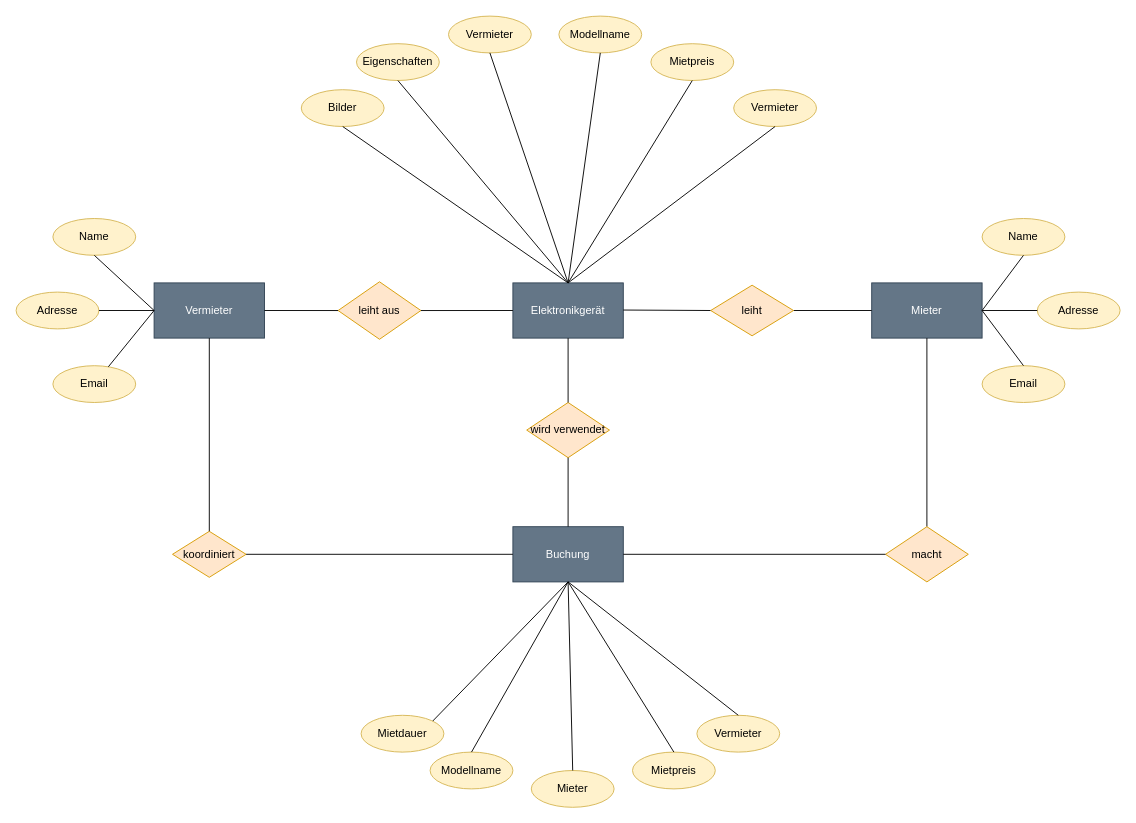
Before: Unbenanntes Diagramm.drawio in einstein-gucci/SE2, a draw.io diagram. Source tidied: cells renumbered, new cells numbered last; positions are measured from the earlier drawing's top-left corner, leaving out a move shared by most shapes. Both pictures are drawn from the tidied source at 92%, with x=0, y=0 at pixel (16, 16).
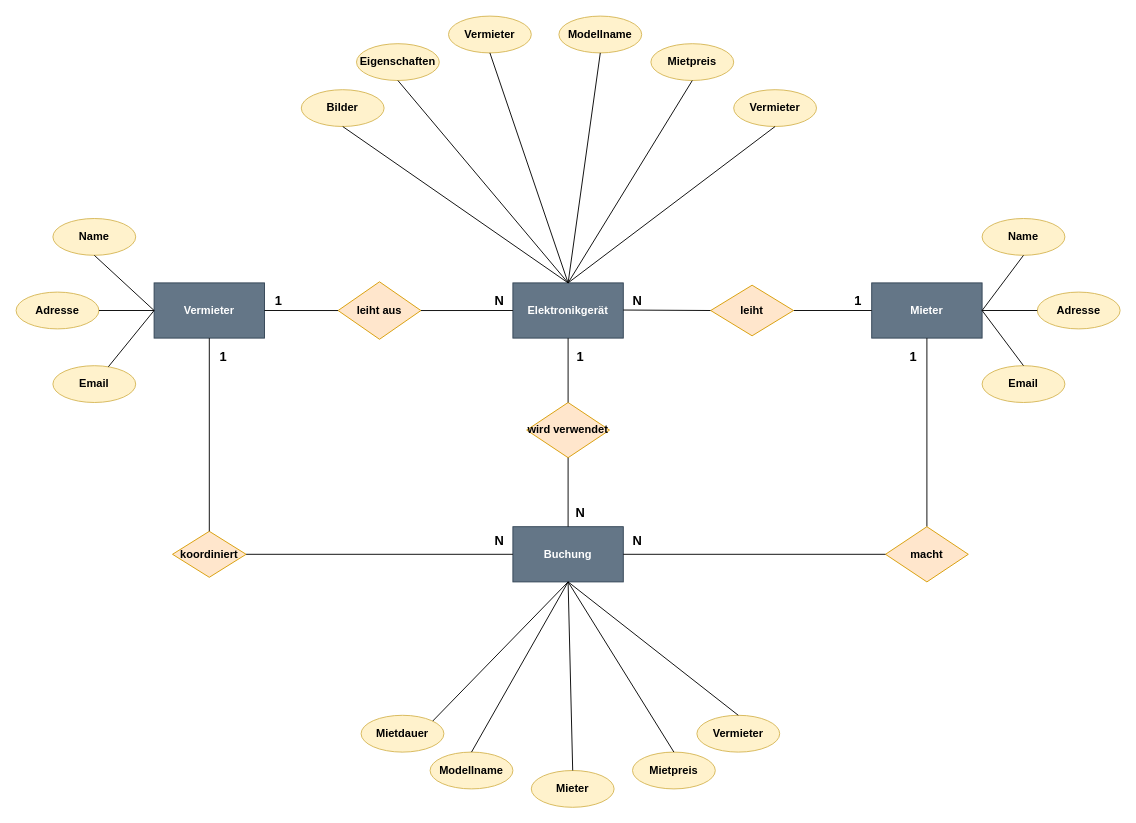
The same page after the edit.

Diff of the diagram source:
```diff
@@
-<mxGraphModel>
+<mxGraphModel background="#ffffff">
@@
-    <mxCell id="2" value="Vermieter" style="rounded=0;whiteSpace=wrap;html=1;fillColor=#647687;strokeColor=#314354;fontColor=#ffffff;" parent="1" vertex="1">
+    <mxCell id="2" value="&lt;b&gt;Vermieter&lt;/b&gt;" style="rounded=0;whiteSpace=wrap;html=1;fillColor=#647687;strokeColor=#314354;fontColor=#ffffff;" parent="1" vertex="1">
       <mxGeometry x="150" y="290" width="120" height="60" as="geometry" />
     </mxCell>
-    <mxCell id="3" value="Mieter" style="rounded=0;whiteSpace=wrap;html=1;fillColor=#647687;fontColor=#ffffff;strokeColor=#314354;" parent="1" vertex="1">
+    <mxCell id="3" value="&lt;b&gt;Mieter&lt;/b&gt;" style="rounded=0;whiteSpace=wrap;html=1;fillColor=#647687;fontColor=#ffffff;strokeColor=#314354;" parent="1" vertex="1">
       <mxGeometry x="930" y="290" width="120" height="60" as="geometry" />
     </mxCell>
-    <mxCell id="4" value="Elektronikgerät" style="rounded=0;whiteSpace=wrap;html=1;fillColor=#647687;fontColor=#ffffff;strokeColor=#314354;" parent="1" vertex="1">
+    <mxCell id="4" value="&lt;b&gt;Elektronikgerät&lt;/b&gt;" style="rounded=0;whiteSpace=wrap;html=1;fillColor=#647687;fontColor=#ffffff;strokeColor=#314354;" parent="1" vertex="1">
       <mxGeometry x="540" y="290" width="120" height="60" as="geometry" />
     </mxCell>
@@
-    <mxCell id="8" value="leiht aus" style="rhombus;whiteSpace=wrap;html=1;fillColor=#ffe6cc;strokeColor=#d79b00;" parent="1" vertex="1">
+    <mxCell id="8" value="&lt;b&gt;leiht aus&lt;/b&gt;" style="rhombus;whiteSpace=wrap;html=1;fillColor=#ffe6cc;strokeColor=#d79b00;" parent="1" vertex="1">
       <mxGeometry x="350" y="288.8" width="90" height="62.5" as="geometry" />
     </mxCell>
@@
-    <mxCell id="10" value="leiht" style="rhombus;whiteSpace=wrap;html=1;fillColor=#ffe6cc;strokeColor=#d79b00;" parent="1" vertex="1">
+    <mxCell id="10" value="&lt;b&gt;leiht&lt;/b&gt;" style="rhombus;whiteSpace=wrap;html=1;fillColor=#ffe6cc;strokeColor=#d79b00;" parent="1" vertex="1">
       <mxGeometry x="755" y="292.5" width="90" height="55" as="geometry" />
     </mxCell>
-    <mxCell id="11" value="Adresse" style="ellipse;whiteSpace=wrap;html=1;fillColor=#fff2cc;strokeColor=#d6b656;" parent="1" vertex="1">
+    <mxCell id="11" value="&lt;b&gt;Adresse&lt;/b&gt;" style="ellipse;whiteSpace=wrap;html=1;fillColor=#fff2cc;strokeColor=#d6b656;" parent="1" vertex="1">
       <mxGeometry y="300" width="90" height="40" as="geometry" />
     </mxCell>
-    <mxCell id="12" value="Name" style="ellipse;whiteSpace=wrap;html=1;fillColor=#fff2cc;strokeColor=#d6b656;" parent="1" vertex="1">
+    <mxCell id="12" value="&lt;b&gt;Name&lt;/b&gt;" style="ellipse;whiteSpace=wrap;html=1;fillColor=#fff2cc;strokeColor=#d6b656;" parent="1" vertex="1">
       <mxGeometry x="40" y="220" width="90" height="40" as="geometry" />
     </mxCell>
-    <mxCell id="13" value="Email" style="ellipse;whiteSpace=wrap;html=1;fillColor=#fff2cc;strokeColor=#d6b656;" parent="1" vertex="1">
+    <mxCell id="13" value="&lt;b&gt;Email&lt;/b&gt;" style="ellipse;whiteSpace=wrap;html=1;fillColor=#fff2cc;strokeColor=#d6b656;" parent="1" vertex="1">
       <mxGeometry x="40" y="380" width="90" height="40" as="geometry" />
     </mxCell>
@@
-    <mxCell id="17" value="Mietpreis" style="ellipse;whiteSpace=wrap;html=1;fillColor=#fff2cc;strokeColor=#d6b656;" parent="1" vertex="1">
+    <mxCell id="17" value="&lt;b&gt;Mietpreis&lt;/b&gt;" style="ellipse;whiteSpace=wrap;html=1;fillColor=#fff2cc;strokeColor=#d6b656;" parent="1" vertex="1">
       <mxGeometry x="690" y="30" width="90" height="40" as="geometry" />
     </mxCell>
@@
-    <mxCell id="20" value="Mietdauer" style="ellipse;whiteSpace=wrap;html=1;fillColor=#fff2cc;strokeColor=#d6b656;" parent="1" vertex="1">
+    <mxCell id="20" value="&lt;b&gt;Mietdauer&lt;/b&gt;" style="ellipse;whiteSpace=wrap;html=1;fillColor=#fff2cc;strokeColor=#d6b656;" parent="1" vertex="1">
       <mxGeometry x="375" y="760" width="90" height="40" as="geometry" />
     </mxCell>
-    <mxCell id="21" value="Modellname" style="ellipse;whiteSpace=wrap;html=1;fillColor=#fff2cc;strokeColor=#d6b656;" parent="1" vertex="1">
+    <mxCell id="21" value="&lt;b&gt;Modellname&lt;/b&gt;" style="ellipse;whiteSpace=wrap;html=1;fillColor=#fff2cc;strokeColor=#d6b656;" parent="1" vertex="1">
       <mxGeometry x="590" width="90" height="40" as="geometry" />
     </mxCell>
-    <mxCell id="22" value="Vermieter" style="ellipse;whiteSpace=wrap;html=1;fillColor=#fff2cc;strokeColor=#d6b656;" parent="1" vertex="1">
+    <mxCell id="22" value="&lt;b&gt;Vermieter&lt;/b&gt;" style="ellipse;whiteSpace=wrap;html=1;fillColor=#fff2cc;strokeColor=#d6b656;" parent="1" vertex="1">
       <mxGeometry x="470" width="90" height="40" as="geometry" />
     </mxCell>
-    <mxCell id="23" value="Vermieter" style="ellipse;whiteSpace=wrap;html=1;fillColor=#fff2cc;strokeColor=#d6b656;" parent="1" vertex="1">
+    <mxCell id="23" value="&lt;b&gt;Vermieter&lt;/b&gt;" style="ellipse;whiteSpace=wrap;html=1;fillColor=#fff2cc;strokeColor=#d6b656;" parent="1" vertex="1">
       <mxGeometry x="780" y="80" width="90" height="40" as="geometry" />
     </mxCell>
@@
-    <mxCell id="27" value="Eigenschaften" style="ellipse;whiteSpace=wrap;html=1;fillColor=#fff2cc;strokeColor=#d6b656;" parent="1" vertex="1">
+    <mxCell id="27" value="&lt;b&gt;Eigenschaften&lt;/b&gt;" style="ellipse;whiteSpace=wrap;html=1;fillColor=#fff2cc;strokeColor=#d6b656;" parent="1" vertex="1">
       <mxGeometry x="370" y="30" width="90" height="40" as="geometry" />
     </mxCell>
@@
-    <mxCell id="29" value="Buchung" style="rounded=0;whiteSpace=wrap;html=1;fillColor=#647687;strokeColor=#314354;fontColor=#ffffff;" parent="1" vertex="1">
+    <mxCell id="29" value="&lt;b&gt;Buchung&lt;/b&gt;" style="rounded=0;whiteSpace=wrap;html=1;fillColor=#647687;strokeColor=#314354;fontColor=#ffffff;" parent="1" vertex="1">
       <mxGeometry x="540" y="555" width="120" height="60" as="geometry" />
     </mxCell>
-    <mxCell id="30" value="koordiniert" style="rhombus;whiteSpace=wrap;html=1;fillColor=#ffe6cc;strokeColor=#d79b00;" parent="1" vertex="1">
+    <mxCell id="30" value="&lt;b&gt;koordiniert&lt;/b&gt;" style="rhombus;whiteSpace=wrap;html=1;fillColor=#ffe6cc;strokeColor=#d79b00;" parent="1" vertex="1">
       <mxGeometry x="170" y="560" width="80" height="50" as="geometry" />
     </mxCell>
-    <mxCell id="31" value="wird verwendet" style="rhombus;whiteSpace=wrap;html=1;fillColor=#ffe6cc;strokeColor=#d79b00;" parent="1" vertex="1">
+    <mxCell id="31" value="&lt;b&gt;wird verwendet&lt;/b&gt;" style="rhombus;whiteSpace=wrap;html=1;fillColor=#ffe6cc;strokeColor=#d79b00;" parent="1" vertex="1">
       <mxGeometry x="555" y="420" width="90" height="60" as="geometry" />
     </mxCell>
@@
-    <mxCell id="37" value="macht" style="rhombus;whiteSpace=wrap;html=1;fillColor=#ffe6cc;strokeColor=#d79b00;" parent="1" vertex="1">
+    <mxCell id="37" value="&lt;b&gt;macht&lt;/b&gt;" style="rhombus;whiteSpace=wrap;html=1;fillColor=#ffe6cc;strokeColor=#d79b00;" parent="1" vertex="1">
       <mxGeometry x="945" y="555" width="90" height="60" as="geometry" />
     </mxCell>
@@
-    <mxCell id="39" value="Bilder" style="ellipse;whiteSpace=wrap;html=1;fillColor=#fff2cc;strokeColor=#d6b656;" parent="1" vertex="1">
+    <mxCell id="39" value="&lt;b&gt;Bilder&lt;/b&gt;" style="ellipse;whiteSpace=wrap;html=1;fillColor=#fff2cc;strokeColor=#d6b656;" parent="1" vertex="1">
       <mxGeometry x="310" y="80" width="90" height="40" as="geometry" />
     </mxCell>
@@
-    <mxCell id="41" value="Mieter" style="ellipse;whiteSpace=wrap;html=1;fillColor=#fff2cc;strokeColor=#d6b656;" parent="1" vertex="1">
+    <mxCell id="41" value="&lt;b&gt;Mieter&lt;/b&gt;" style="ellipse;whiteSpace=wrap;html=1;fillColor=#fff2cc;strokeColor=#d6b656;" parent="1" vertex="1">
       <mxGeometry x="560" y="820" width="90" height="40" as="geometry" />
     </mxCell>
@@
-    <mxCell id="43" value="Vermieter" style="ellipse;whiteSpace=wrap;html=1;fillColor=#fff2cc;strokeColor=#d6b656;" parent="1" vertex="1">
+    <mxCell id="43" value="&lt;b&gt;Vermieter&lt;/b&gt;" style="ellipse;whiteSpace=wrap;html=1;fillColor=#fff2cc;strokeColor=#d6b656;" parent="1" vertex="1">
       <mxGeometry x="740" y="760" width="90" height="40" as="geometry" />
     </mxCell>
@@
-    <mxCell id="45" value="Modellname" style="ellipse;whiteSpace=wrap;html=1;fillColor=#fff2cc;strokeColor=#d6b656;" parent="1" vertex="1">
+    <mxCell id="45" value="&lt;b&gt;Modellname&lt;/b&gt;" style="ellipse;whiteSpace=wrap;html=1;fillColor=#fff2cc;strokeColor=#d6b656;" parent="1" vertex="1">
       <mxGeometry x="450" y="800" width="90" height="40" as="geometry" />
     </mxCell>
@@
-    <mxCell id="47" value="Mietpreis" style="ellipse;whiteSpace=wrap;html=1;fillColor=#fff2cc;strokeColor=#d6b656;" parent="1" vertex="1">
+    <mxCell id="47" value="&lt;b&gt;Mietpreis&lt;/b&gt;" style="ellipse;whiteSpace=wrap;html=1;fillColor=#fff2cc;strokeColor=#d6b656;" parent="1" vertex="1">
       <mxGeometry x="670" y="800" width="90" height="40" as="geometry" />
     </mxCell>
@@
-    <mxCell id="49" value="Name" style="ellipse;whiteSpace=wrap;html=1;fillColor=#fff2cc;strokeColor=#d6b656;" parent="1" vertex="1">
+    <mxCell id="49" value="&lt;b&gt;Name&lt;/b&gt;" style="ellipse;whiteSpace=wrap;html=1;fillColor=#fff2cc;strokeColor=#d6b656;" parent="1" vertex="1">
       <mxGeometry x="1050" y="220" width="90" height="40" as="geometry" />
     </mxCell>
-    <mxCell id="50" value="Adresse" style="ellipse;whiteSpace=wrap;html=1;fillColor=#fff2cc;strokeColor=#d6b656;" parent="1" vertex="1">
+    <mxCell id="50" value="&lt;b&gt;Adresse&lt;/b&gt;" style="ellipse;whiteSpace=wrap;html=1;fillColor=#fff2cc;strokeColor=#d6b656;" parent="1" vertex="1">
       <mxGeometry x="1110" y="300" width="90" height="40" as="geometry" />
     </mxCell>
-    <mxCell id="51" value="Email" style="ellipse;whiteSpace=wrap;html=1;fillColor=#fff2cc;strokeColor=#d6b656;" parent="1" vertex="1">
+    <mxCell id="51" value="&lt;b&gt;Email&lt;/b&gt;" style="ellipse;whiteSpace=wrap;html=1;fillColor=#fff2cc;strokeColor=#d6b656;" parent="1" vertex="1">
       <mxGeometry x="1050" y="380" width="90" height="40" as="geometry" />
     </mxCell>
@@
+    <mxCell id="55" value="&lt;p style=&quot;line-height: 140%;&quot;&gt;&lt;font style=&quot;font-size: 14px;&quot;&gt;&lt;b&gt;1&lt;/b&gt;&lt;/font&gt;&lt;/p&gt;" style="text;html=1;align=center;verticalAlign=middle;strokeColor=none;fillColor=none;glass=0;shadow=0;" parent="1" vertex="1">
+      <mxGeometry x="270" y="280" width="30" height="60" as="geometry" />
+    </mxCell>
+    <mxCell id="56" value="&lt;p style=&quot;line-height: 140%;&quot;&gt;&lt;font style=&quot;font-size: 14px;&quot;&gt;&lt;b&gt;1&lt;/b&gt;&lt;/font&gt;&lt;/p&gt;" style="text;html=1;align=center;verticalAlign=middle;strokeColor=none;fillColor=none;glass=0;shadow=0;" parent="1" vertex="1">
+      <mxGeometry x="900" y="280" width="30" height="60" as="geometry" />
+    </mxCell>
+    <mxCell id="57" value="&lt;p style=&quot;line-height: 140%;&quot;&gt;&lt;font style=&quot;font-size: 14px;&quot;&gt;&lt;b&gt;1&lt;/b&gt;&lt;/font&gt;&lt;/p&gt;" style="text;html=1;align=center;verticalAlign=middle;strokeColor=none;fillColor=none;glass=0;shadow=0;" parent="1" vertex="1">
+      <mxGeometry x="960" y="340" width="30" height="60" as="geometry" />
+    </mxCell>
+    <mxCell id="58" value="&lt;p style=&quot;line-height: 140%;&quot;&gt;&lt;font style=&quot;font-size: 14px;&quot;&gt;&lt;b&gt;N&lt;/b&gt;&lt;/font&gt;&lt;/p&gt;" style="text;html=1;align=center;verticalAlign=middle;strokeColor=none;fillColor=none;glass=0;shadow=0;" parent="1" vertex="1">
+      <mxGeometry x="510" y="280" width="30" height="60" as="geometry" />
+    </mxCell>
+    <mxCell id="59" value="&lt;p style=&quot;line-height: 140%;&quot;&gt;&lt;font style=&quot;font-size: 14px;&quot;&gt;&lt;b&gt;N&lt;/b&gt;&lt;/font&gt;&lt;/p&gt;" style="text;html=1;align=center;verticalAlign=middle;strokeColor=none;fillColor=none;glass=0;shadow=0;" parent="1" vertex="1">
+      <mxGeometry x="660" y="280" width="30" height="60" as="geometry" />
+    </mxCell>
+    <mxCell id="60" value="&lt;p style=&quot;line-height: 140%;&quot;&gt;&lt;font style=&quot;font-size: 14px;&quot;&gt;&lt;b&gt;N&lt;/b&gt;&lt;/font&gt;&lt;/p&gt;" style="text;html=1;align=center;verticalAlign=middle;strokeColor=none;fillColor=none;glass=0;shadow=0;" parent="1" vertex="1">
+      <mxGeometry x="660" y="540" width="30" height="60" as="geometry" />
+    </mxCell>
+    <mxCell id="61" value="&lt;p style=&quot;line-height: 140%;&quot;&gt;&lt;font style=&quot;font-size: 14px;&quot;&gt;&lt;b&gt;1&lt;/b&gt;&lt;/font&gt;&lt;/p&gt;" style="text;html=1;align=center;verticalAlign=middle;strokeColor=none;fillColor=none;glass=0;shadow=0;" parent="1" vertex="1">
+      <mxGeometry x="210" y="340" width="30" height="60" as="geometry" />
+    </mxCell>
+    <mxCell id="62" value="&lt;p style=&quot;line-height: 140%;&quot;&gt;&lt;font style=&quot;font-size: 14px;&quot;&gt;&lt;b&gt;N&lt;/b&gt;&lt;/font&gt;&lt;/p&gt;" style="text;html=1;align=center;verticalAlign=middle;strokeColor=none;fillColor=none;glass=0;shadow=0;" parent="1" vertex="1">
+      <mxGeometry x="510" y="540" width="30" height="60" as="geometry" />
+    </mxCell>
+    <mxCell id="63" value="&lt;p style=&quot;line-height: 140%;&quot;&gt;&lt;font style=&quot;font-size: 14px;&quot;&gt;&lt;b&gt;1&lt;/b&gt;&lt;/font&gt;&lt;/p&gt;" style="text;html=1;align=center;verticalAlign=middle;strokeColor=none;fillColor=none;glass=0;shadow=0;" parent="1" vertex="1">
+      <mxGeometry x="598" y="340" width="30" height="60" as="geometry" />
+    </mxCell>
+    <mxCell id="64" value="&lt;p style=&quot;line-height: 140%;&quot;&gt;&lt;font style=&quot;font-size: 14px;&quot;&gt;&lt;b&gt;N&lt;/b&gt;&lt;/font&gt;&lt;/p&gt;" style="text;html=1;align=center;verticalAlign=middle;strokeColor=none;fillColor=none;glass=0;shadow=0;" parent="1" vertex="1">
+      <mxGeometry x="598" y="510" width="30" height="60" as="geometry" />
+    </mxCell>
```
